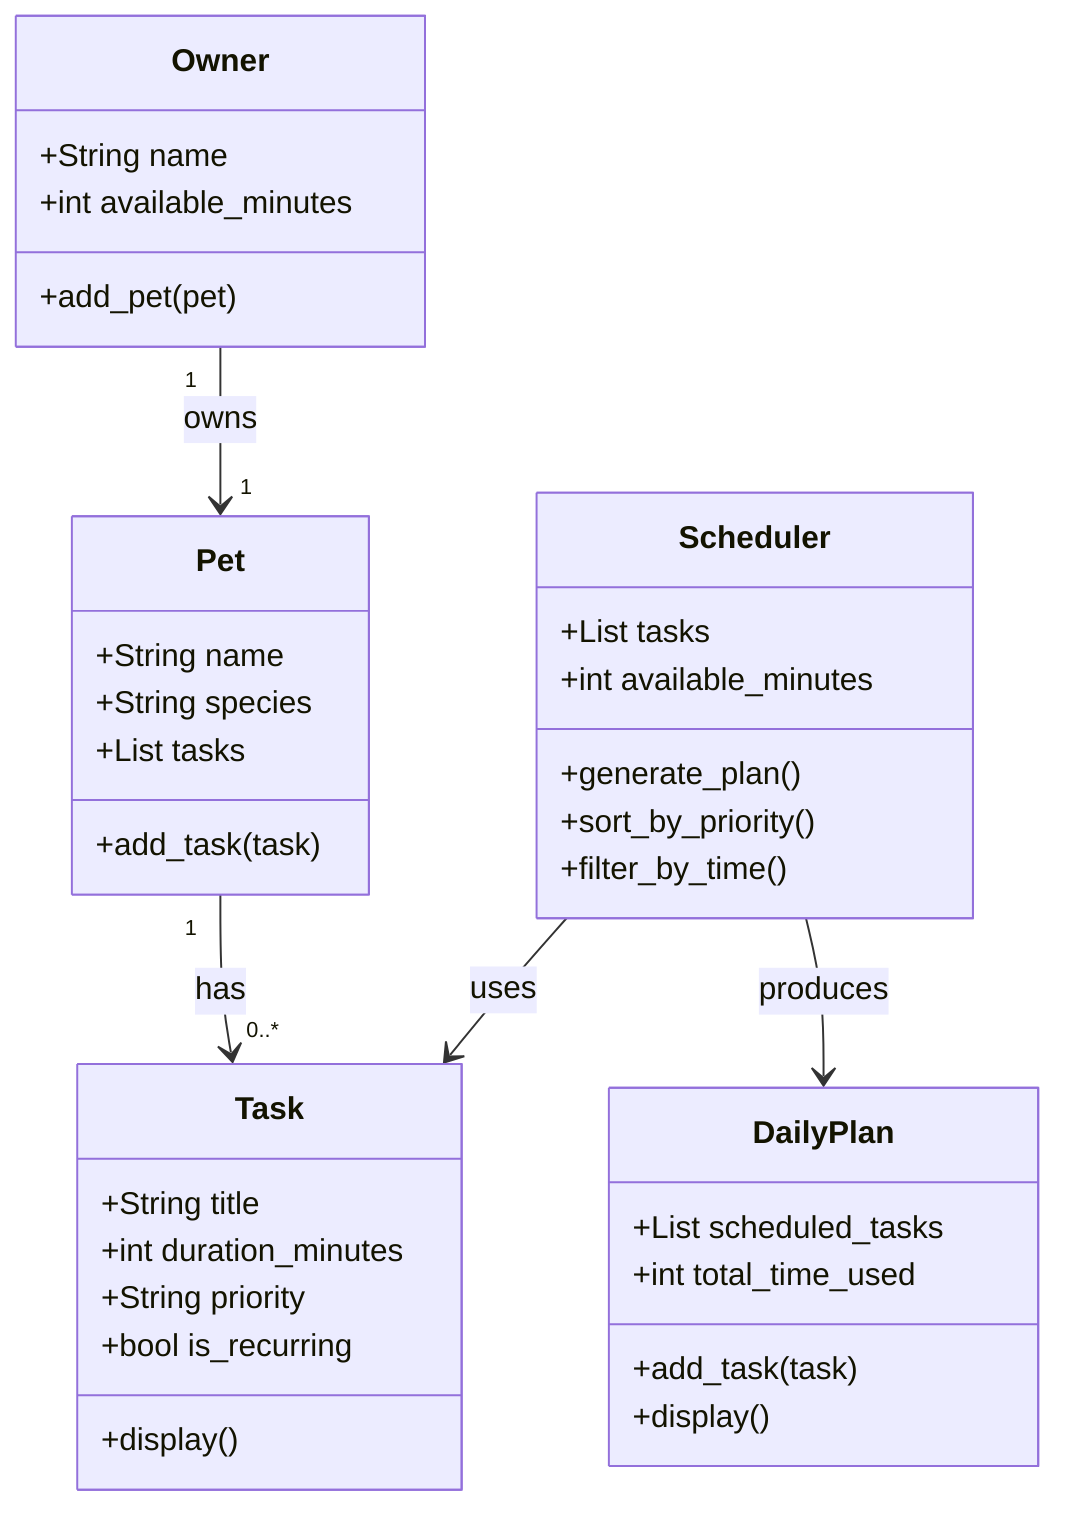
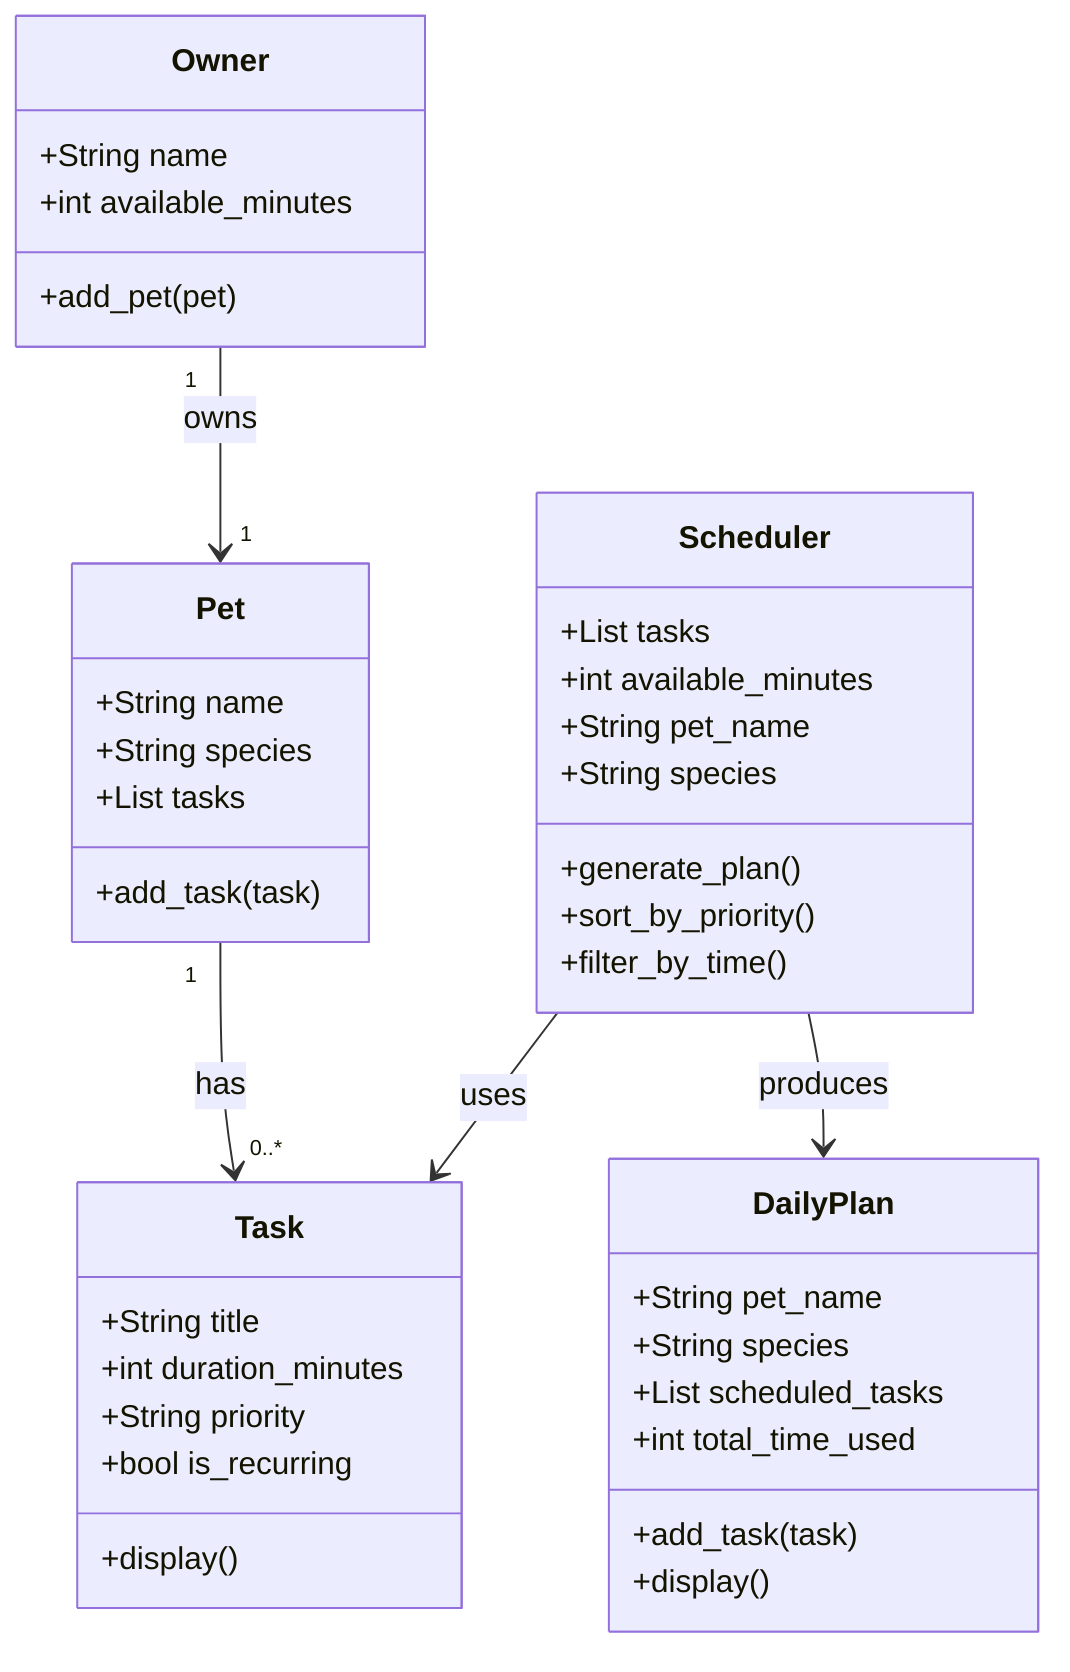
classDiagram
    class Owner {
        +String name
        +int available_minutes
        +add_pet(pet)
    }

    class Pet {
        +String name
        +String species
        +List tasks
        +add_task(task)
    }

    class Task {
        +String title
        +int duration_minutes
        +String priority
        +bool is_recurring
        +display()
    }

    class Scheduler {
        +List tasks
        +int available_minutes
+         +String pet_name
+         +String species
        +generate_plan()
        +sort_by_priority()
        +filter_by_time()
    }

    class DailyPlan {
+         +String pet_name
+         +String species
        +List scheduled_tasks
        +int total_time_used
        +add_task(task)
        +display()
    }

    Owner "1" --> "1" Pet : owns
    Pet "1" --> "0..*" Task : has
    Scheduler --> Task : uses
    Scheduler --> DailyPlan : produces
